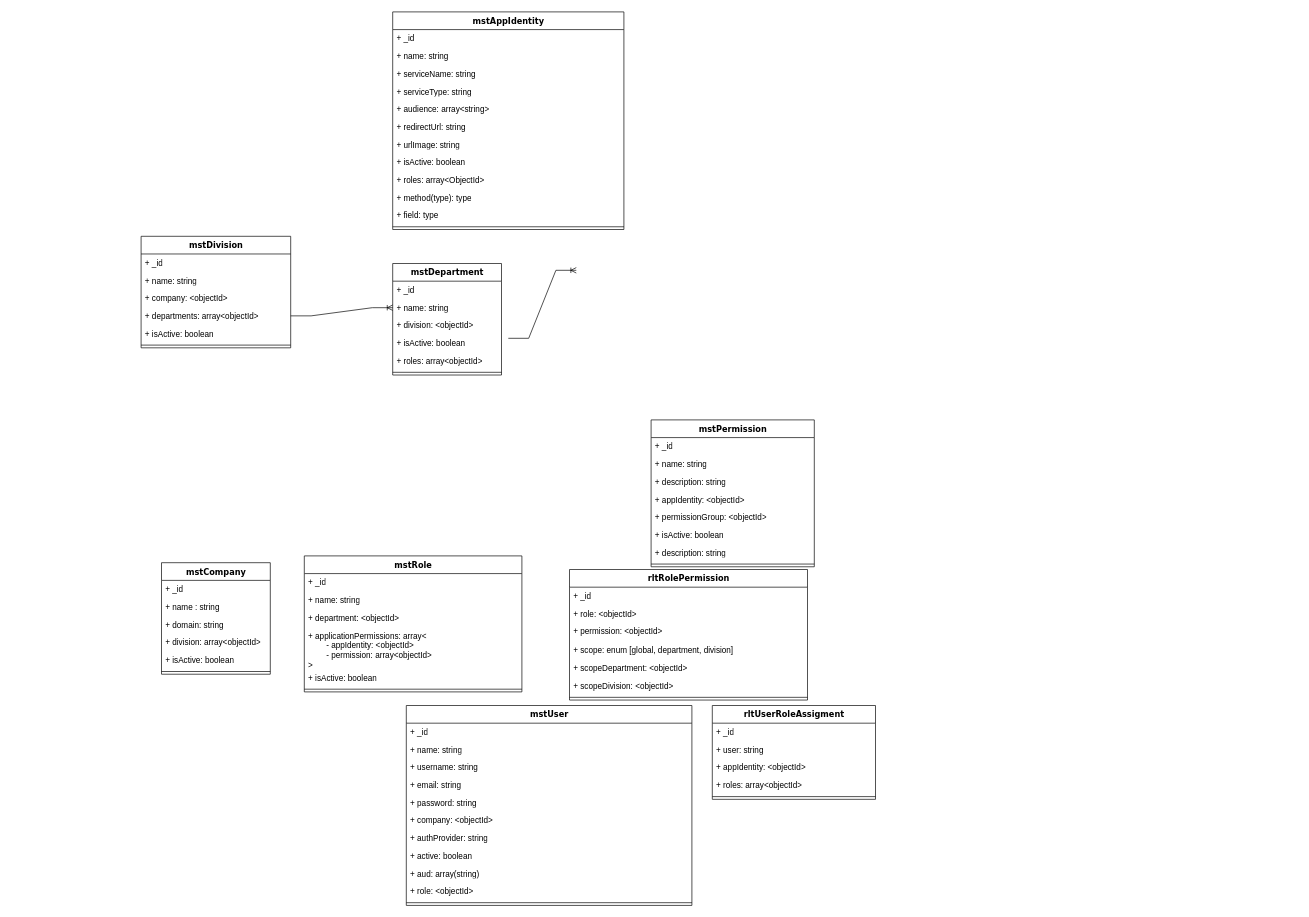
CodebarPhantom/aws-diagram keeps this draw.io diagram as star-sso-api.drawio. Above is the earlier version. Source tidied: cells renumbered, new cells numbered last; positions are measured from the earlier drawing's top-left corner, leaving out a move shared by most shapes. Both pictures are drawn from the tidied source at 68%, with x=0, y=0 at pixel (141, 12).
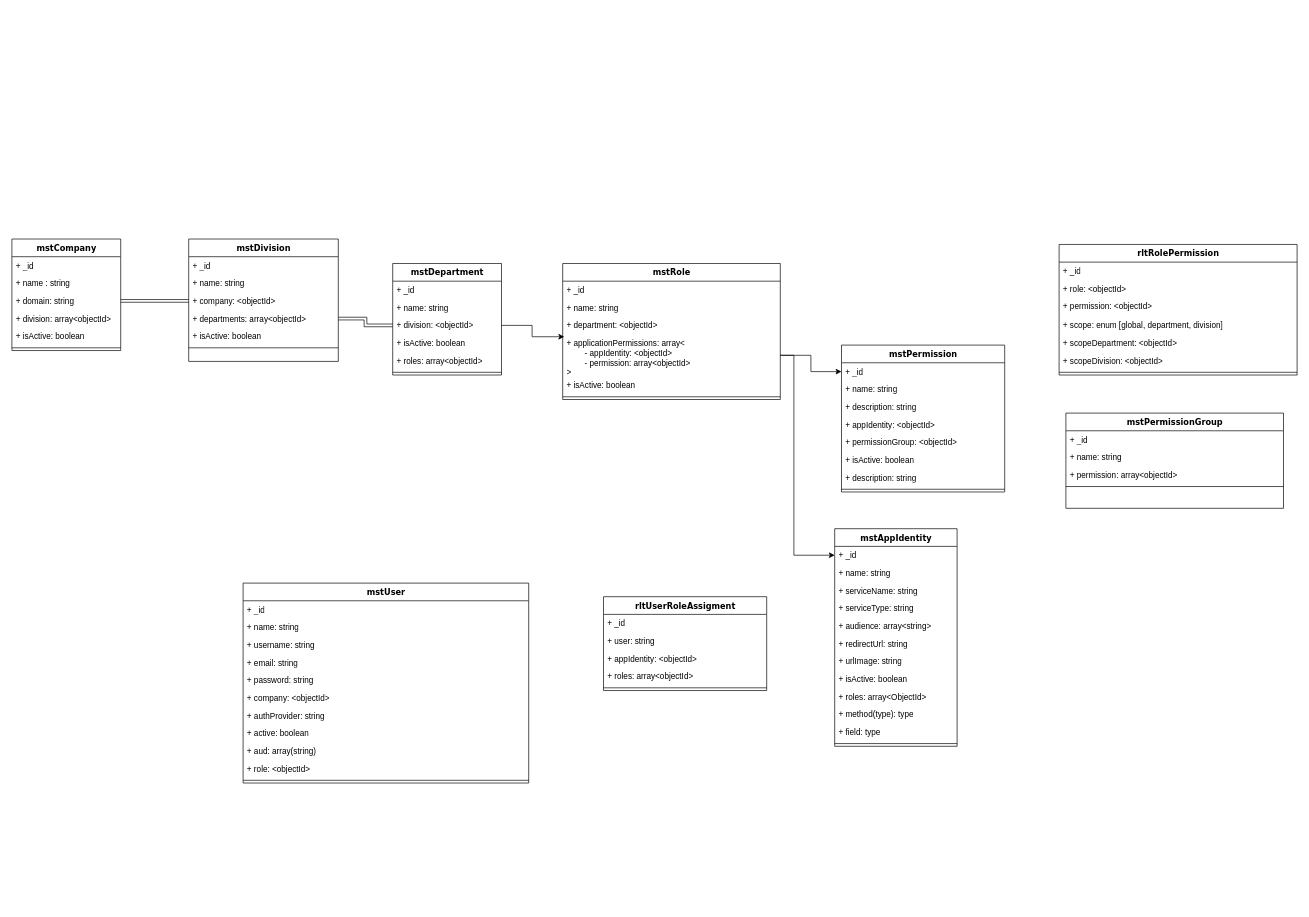
The same page after the edit.

Unchanged cells that the change refers to:
```xml
<mxCell id="5" value="+ domain: string" style="text;html=1;strokeColor=none;fillColor=none;align=left;verticalAlign=top;spacingLeft=4;spacingRight=4;whiteSpace=wrap;overflow=hidden;points=[[0,0.5],[1,0.5]];portConstraint=eastwest;" parent="2" vertex="1">
  <mxGeometry y="78" width="160" height="26" as="geometry" />
</mxCell>
<mxCell id="11" value="+ name: string" style="text;html=1;strokeColor=none;fillColor=none;align=left;verticalAlign=top;spacingLeft=4;spacingRight=4;whiteSpace=wrap;overflow=hidden;points=[[0,0.5],[1,0.5]];portConstraint=eastwest;" parent="9" vertex="1">
  <mxGeometry y="52" width="160" height="26" as="geometry" />
</mxCell>
<mxCell id="12" value="+ division: &amp;lt;objectId&amp;gt;" style="text;html=1;strokeColor=none;fillColor=none;align=left;verticalAlign=top;spacingLeft=4;spacingRight=4;whiteSpace=wrap;overflow=hidden;points=[[0,0.5],[1,0.5]];portConstraint=eastwest;" parent="9" vertex="1">
  <mxGeometry y="78" width="160" height="26" as="geometry" />
</mxCell>
<mxCell id="26" value="+ company: &amp;lt;objectId&amp;gt;" style="text;html=1;strokeColor=none;fillColor=none;align=left;verticalAlign=top;spacingLeft=4;spacingRight=4;whiteSpace=wrap;overflow=hidden;points=[[0,0.5],[1,0.5]];portConstraint=eastwest;" parent="23" vertex="1">
  <mxGeometry y="78" width="220" height="26" as="geometry" />
</mxCell>
<mxCell id="27" value="+ departments: array&amp;lt;objectId&amp;gt;" style="text;html=1;strokeColor=none;fillColor=none;align=left;verticalAlign=top;spacingLeft=4;spacingRight=4;whiteSpace=wrap;overflow=hidden;points=[[0,0.5],[1,0.5]];portConstraint=eastwest;" parent="23" vertex="1">
  <mxGeometry y="104" width="220" height="26" as="geometry" />
</mxCell>
<mxCell id="70" value="+ _id" style="text;html=1;strokeColor=none;fillColor=none;align=left;verticalAlign=top;spacingLeft=4;spacingRight=4;whiteSpace=wrap;overflow=hidden;points=[[0,0.5],[1,0.5]];portConstraint=eastwest;" parent="69" vertex="1">
  <mxGeometry y="26" width="240" height="26" as="geometry" />
</mxCell>
```

The edit, as a diff of the source:
```diff
@@
     <mxCell id="2" value="mstCompany" style="swimlane;html=1;fontStyle=1;align=center;verticalAlign=top;horizontal=1;startSize=26;swimlaneFillColor=#ffffff;rounded=0;shadow=0;comic=0;labelBackgroundColor=none;strokeWidth=1;fillColor=none;fontFamily=Verdana;fontSize=12;" parent="1" vertex="1">
-      <mxGeometry x="30" y="810" width="160" height="164" as="geometry" />
+      <mxGeometry x="-190" y="334" width="160" height="164" as="geometry" />
     </mxCell>
@@
-    <mxCell id="16" value="mstRole" style="swimlane;html=1;fontStyle=1;align=center;verticalAlign=top;horizontal=1;startSize=26;swimlaneFillColor=#ffffff;rounded=0;shadow=0;comic=0;labelBackgroundColor=none;strokeWidth=1;fillColor=none;fontFamily=Verdana;fontSize=12;" parent="1" vertex="1">
-      <mxGeometry x="240" y="800" width="320" height="200" as="geometry" />
+    <mxCell id="16" value="mstPermissionGroup" style="swimlane;html=1;fontStyle=1;align=center;verticalAlign=top;horizontal=1;startSize=26;swimlaneFillColor=#ffffff;rounded=0;shadow=0;comic=0;labelBackgroundColor=none;strokeWidth=1;fillColor=none;fontFamily=Verdana;fontSize=12;" parent="1" vertex="1">
+      <mxGeometry x="1360" y="590" width="320" height="140" as="geometry" />
     </mxCell>
@@
-    <mxCell id="19" value="+ department: &amp;lt;objectId&amp;gt;" style="text;html=1;strokeColor=none;fillColor=none;align=left;verticalAlign=top;spacingLeft=4;spacingRight=4;whiteSpace=wrap;overflow=hidden;" parent="16" vertex="1">
+    <mxCell id="19" value="+ permission: array&amp;lt;objectId&amp;gt;" style="text;html=1;strokeColor=none;fillColor=none;align=left;verticalAlign=top;spacingLeft=4;spacingRight=4;whiteSpace=wrap;overflow=hidden;" parent="16" vertex="1">
       <mxGeometry y="78" width="320" height="26" as="geometry" />
     </mxCell>
-    <mxCell id="20" value="+ applicationPermissions: array&amp;lt;&lt;div&gt;&lt;span style=&quot;background-color: transparent; color: light-dark(rgb(0, 0, 0), rgb(255, 255, 255));&quot;&gt;&lt;span style=&quot;white-space: pre;&quot;&gt;&#9;&lt;/span&gt;- appIdentity: &amp;lt;objectId&amp;gt;&lt;/span&gt;&lt;/div&gt;&lt;div&gt;&lt;span style=&quot;background-color: transparent; color: light-dark(rgb(0, 0, 0), rgb(255, 255, 255));&quot;&gt;&lt;span style=&quot;white-space: pre;&quot;&gt;&#9;&lt;/span&gt;- permission: array&amp;lt;objectId&amp;gt;&lt;/span&gt;&lt;/div&gt;&lt;div&gt;&lt;span style=&quot;background-color: transparent; color: light-dark(rgb(0, 0, 0), rgb(255, 255, 255));&quot;&gt;&amp;gt;&amp;nbsp;&lt;/span&gt;&lt;/div&gt;" style="text;html=1;strokeColor=none;fillColor=none;align=left;verticalAlign=top;spacingLeft=4;spacingRight=4;whiteSpace=wrap;overflow=hidden;points=[[0,0.5],[1,0.5]];portConstraint=eastwest;" parent="16" vertex="1">
-      <mxGeometry y="104" width="320" height="62" as="geometry" />
-    </mxCell>
-    <mxCell id="21" value="+ isActive: boolean" style="text;html=1;strokeColor=none;fillColor=none;align=left;verticalAlign=top;spacingLeft=4;spacingRight=4;whiteSpace=wrap;overflow=hidden;" parent="16" vertex="1">
-      <mxGeometry y="166" width="320" height="26" as="geometry" />
-    </mxCell>
     <mxCell id="22" style="line;html=1;strokeWidth=1;fillColor=none;align=left;verticalAlign=middle;spacingTop=-1;spacingLeft=3;spacingRight=3;labelPosition=right;" parent="16" vertex="1">
-      <mxGeometry y="192" width="320" height="8" as="geometry" />
+      <mxGeometry y="104" width="320" height="8" as="geometry" />
     </mxCell>
     <mxCell id="23" value="mstDivision" style="swimlane;html=1;fontStyle=1;align=center;verticalAlign=top;horizontal=1;startSize=26;swimlaneFillColor=#ffffff;rounded=0;shadow=0;comic=0;labelBackgroundColor=none;strokeWidth=1;fillColor=none;fontFamily=Verdana;fontSize=12;" parent="1" vertex="1">
-      <mxGeometry y="330" width="220" height="164" as="geometry" />
+      <mxGeometry x="70" y="334" width="220" height="180" as="geometry" />
     </mxCell>
@@
     <mxCell id="30" value="&lt;div&gt;rltUserRoleAssigment&lt;/div&gt;" style="swimlane;html=1;fontStyle=1;align=center;verticalAlign=top;horizontal=1;startSize=26;swimlaneFillColor=#ffffff;rounded=0;shadow=0;comic=0;labelBackgroundColor=none;strokeWidth=1;fillColor=none;fontFamily=Verdana;fontSize=12;" parent="1" vertex="1">
-      <mxGeometry x="840" y="1020" width="240" height="138" as="geometry" />
+      <mxGeometry x="680" y="860" width="240" height="138" as="geometry" />
     </mxCell>
@@
     <mxCell id="36" value="mstAppIdentity" style="swimlane;html=1;fontStyle=1;align=center;verticalAlign=top;horizontal=1;startSize=26;swimlaneFillColor=#ffffff;rounded=0;shadow=0;comic=0;labelBackgroundColor=none;strokeWidth=1;fillColor=none;fontFamily=Verdana;fontSize=12;" parent="1" vertex="1">
-      <mxGeometry x="370" width="340" height="320" as="geometry" />
+      <mxGeometry x="1020" y="760" width="180" height="320" as="geometry" />
     </mxCell>
     <mxCell id="37" value="+ _id" style="text;html=1;strokeColor=none;fillColor=none;align=left;verticalAlign=top;spacingLeft=4;spacingRight=4;whiteSpace=wrap;overflow=hidden;points=[[0,0.5],[1,0.5]];portConstraint=eastwest;" parent="36" vertex="1">
-      <mxGeometry y="26" width="340" height="26" as="geometry" />
+      <mxGeometry y="26" width="180" height="26" as="geometry" />
     </mxCell>
     <mxCell id="38" value="+ name: string" style="text;html=1;strokeColor=none;fillColor=none;align=left;verticalAlign=top;spacingLeft=4;spacingRight=4;whiteSpace=wrap;overflow=hidden;" parent="36" vertex="1">
-      <mxGeometry y="52" width="340" height="26" as="geometry" />
+      <mxGeometry y="52" width="180" height="26" as="geometry" />
     </mxCell>
     <mxCell id="39" value="+ serviceName: string" style="text;html=1;strokeColor=none;fillColor=none;align=left;verticalAlign=top;spacingLeft=4;spacingRight=4;whiteSpace=wrap;overflow=hidden;" parent="36" vertex="1">
-      <mxGeometry y="78" width="340" height="26" as="geometry" />
+      <mxGeometry y="78" width="180" height="26" as="geometry" />
     </mxCell>
     <mxCell id="40" value="+ serviceType: string" style="text;html=1;strokeColor=none;fillColor=none;align=left;verticalAlign=top;spacingLeft=4;spacingRight=4;whiteSpace=wrap;overflow=hidden;" parent="36" vertex="1">
-      <mxGeometry y="104" width="340" height="26" as="geometry" />
+      <mxGeometry y="104" width="180" height="26" as="geometry" />
     </mxCell>
     <mxCell id="41" value="+ audience: array&amp;lt;string&amp;gt;" style="text;html=1;strokeColor=none;fillColor=none;align=left;verticalAlign=top;spacingLeft=4;spacingRight=4;whiteSpace=wrap;overflow=hidden;" parent="36" vertex="1">
-      <mxGeometry y="130" width="340" height="26" as="geometry" />
+      <mxGeometry y="130" width="180" height="26" as="geometry" />
     </mxCell>
     <mxCell id="42" value="+ redirectUrl: string" style="text;html=1;strokeColor=none;fillColor=none;align=left;verticalAlign=top;spacingLeft=4;spacingRight=4;whiteSpace=wrap;overflow=hidden;" parent="36" vertex="1">
-      <mxGeometry y="156" width="340" height="26" as="geometry" />
+      <mxGeometry y="156" width="180" height="26" as="geometry" />
     </mxCell>
     <mxCell id="43" value="+ urlImage: string" style="text;html=1;strokeColor=none;fillColor=none;align=left;verticalAlign=top;spacingLeft=4;spacingRight=4;whiteSpace=wrap;overflow=hidden;" parent="36" vertex="1">
-      <mxGeometry y="182" width="340" height="26" as="geometry" />
+      <mxGeometry y="182" width="180" height="26" as="geometry" />
     </mxCell>
     <mxCell id="44" value="+ isActive: boolean" style="text;html=1;strokeColor=none;fillColor=none;align=left;verticalAlign=top;spacingLeft=4;spacingRight=4;whiteSpace=wrap;overflow=hidden;" parent="36" vertex="1">
-      <mxGeometry y="208" width="340" height="26" as="geometry" />
+      <mxGeometry y="208" width="180" height="26" as="geometry" />
     </mxCell>
     <mxCell id="45" value="+ roles: array&amp;lt;ObjectId&amp;gt;" style="text;html=1;strokeColor=none;fillColor=none;align=left;verticalAlign=top;spacingLeft=4;spacingRight=4;whiteSpace=wrap;overflow=hidden;" parent="36" vertex="1">
-      <mxGeometry y="234" width="340" height="26" as="geometry" />
+      <mxGeometry y="234" width="180" height="26" as="geometry" />
     </mxCell>
     <mxCell id="46" value="+ method(type): type" style="text;html=1;strokeColor=none;fillColor=none;align=left;verticalAlign=top;spacingLeft=4;spacingRight=4;whiteSpace=wrap;overflow=hidden;" parent="36" vertex="1">
-      <mxGeometry y="260" width="340" height="26" as="geometry" />
+      <mxGeometry y="260" width="180" height="26" as="geometry" />
     </mxCell>
     <mxCell id="47" value="+ field: type" style="text;html=1;strokeColor=none;fillColor=none;align=left;verticalAlign=top;spacingLeft=4;spacingRight=4;whiteSpace=wrap;overflow=hidden;" parent="36" vertex="1">
-      <mxGeometry y="286" width="340" height="26" as="geometry" />
+      <mxGeometry y="286" width="180" height="26" as="geometry" />
     </mxCell>
     <mxCell id="48" style="line;html=1;strokeWidth=1;fillColor=none;align=left;verticalAlign=middle;spacingTop=-1;spacingLeft=3;spacingRight=3;labelPosition=right;" parent="36" vertex="1">
-      <mxGeometry y="312" width="340" height="8" as="geometry" />
+      <mxGeometry y="312" width="180" height="8" as="geometry" />
     </mxCell>
     <mxCell id="49" value="mstUser" style="swimlane;html=1;fontStyle=1;align=center;verticalAlign=top;horizontal=1;startSize=26;swimlaneFillColor=#ffffff;rounded=0;shadow=0;comic=0;labelBackgroundColor=none;strokeWidth=1;fillColor=none;fontFamily=Verdana;fontSize=12;" parent="1" vertex="1">
-      <mxGeometry x="390" y="1020" width="420" height="294" as="geometry" />
+      <mxGeometry x="150" y="840" width="420" height="294" as="geometry" />
     </mxCell>
@@
     <mxCell id="61" value="rltRolePermission" style="swimlane;html=1;fontStyle=1;align=center;verticalAlign=top;horizontal=1;startSize=26;swimlaneFillColor=#ffffff;rounded=0;shadow=0;comic=0;labelBackgroundColor=none;strokeWidth=1;fillColor=none;fontFamily=Verdana;fontSize=12;" parent="1" vertex="1">
-      <mxGeometry x="630" y="820" width="350" height="192" as="geometry" />
+      <mxGeometry x="1350" y="342" width="350" height="192" as="geometry" />
     </mxCell>
@@
     <mxCell id="69" value="mstPermission" style="swimlane;html=1;fontStyle=1;align=center;verticalAlign=top;horizontal=1;startSize=26;swimlaneFillColor=#ffffff;rounded=0;shadow=0;comic=0;labelBackgroundColor=none;strokeWidth=1;fillColor=none;fontFamily=Verdana;fontSize=12;" parent="1" vertex="1">
-      <mxGeometry x="750" y="600" width="240" height="216" as="geometry" />
+      <mxGeometry x="1030" y="490" width="240" height="216" as="geometry" />
     </mxCell>
@@
-    <mxCell id="78" style="edgeStyle=entityRelationEdgeStyle;fontSize=12;html=1;endArrow=ERoneToMany;rounded=0;" parent="1" edge="1">
-      <mxGeometry relative="1" as="geometry">
-        <mxPoint x="540" y="480" as="sourcePoint" />
-        <mxPoint x="640" y="380" as="targetPoint" />
-      </mxGeometry>
-    </mxCell>
-    <mxCell id="79" style="edgeStyle=entityRelationEdgeStyle;fontSize=12;html=1;endArrow=ERoneToMany;rounded=0;exitX=1;exitY=0.5;exitDx=0;exitDy=0;entryX=0;entryY=0.5;entryDx=0;entryDy=0;" parent="1" edge="1" source="27" target="11">
-      <mxGeometry relative="1" as="geometry" />
-    </mxCell>
+    <mxCell id="80" value="mstRole" style="swimlane;html=1;fontStyle=1;align=center;verticalAlign=top;horizontal=1;startSize=26;swimlaneFillColor=#ffffff;rounded=0;shadow=0;comic=0;labelBackgroundColor=none;strokeWidth=1;fillColor=none;fontFamily=Verdana;fontSize=12;" parent="1" vertex="1">
+      <mxGeometry x="620" y="370" width="320" height="200" as="geometry" />
+    </mxCell>
+    <mxCell id="81" value="+ _id" style="text;html=1;strokeColor=none;fillColor=none;align=left;verticalAlign=top;spacingLeft=4;spacingRight=4;whiteSpace=wrap;overflow=hidden;" parent="80" vertex="1">
+      <mxGeometry y="26" width="320" height="26" as="geometry" />
+    </mxCell>
+    <mxCell id="82" value="+ name: string" style="text;html=1;strokeColor=none;fillColor=none;align=left;verticalAlign=top;spacingLeft=4;spacingRight=4;whiteSpace=wrap;overflow=hidden;" parent="80" vertex="1">
+      <mxGeometry y="52" width="320" height="26" as="geometry" />
+    </mxCell>
+    <mxCell id="83" value="+ department: &amp;lt;objectId&amp;gt;" style="text;html=1;strokeColor=none;fillColor=none;align=left;verticalAlign=top;spacingLeft=4;spacingRight=4;whiteSpace=wrap;overflow=hidden;" parent="80" vertex="1">
+      <mxGeometry y="78" width="320" height="26" as="geometry" />
+    </mxCell>
+    <mxCell id="20" value="+ applicationPermissions: array&amp;lt;&lt;div&gt;&lt;span style=&quot;background-color: transparent; color: light-dark(rgb(0, 0, 0), rgb(255, 255, 255));&quot;&gt;&lt;span style=&quot;white-space: pre;&quot;&gt;&#9;&lt;/span&gt;- appIdentity: &amp;lt;objectId&amp;gt;&lt;/span&gt;&lt;/div&gt;&lt;div&gt;&lt;span style=&quot;background-color: transparent; color: light-dark(rgb(0, 0, 0), rgb(255, 255, 255));&quot;&gt;&lt;span style=&quot;white-space: pre;&quot;&gt;&#9;&lt;/span&gt;- permission: array&amp;lt;objectId&amp;gt;&lt;/span&gt;&lt;/div&gt;&lt;div&gt;&lt;span style=&quot;background-color: transparent; color: light-dark(rgb(0, 0, 0), rgb(255, 255, 255));&quot;&gt;&amp;gt;&amp;nbsp;&lt;/span&gt;&lt;/div&gt;" style="text;html=1;strokeColor=none;fillColor=none;align=left;verticalAlign=top;spacingLeft=4;spacingRight=4;whiteSpace=wrap;overflow=hidden;points=[[0,0.5],[1,0.5]];portConstraint=eastwest;" parent="80" vertex="1">
+      <mxGeometry y="104" width="320" height="62" as="geometry" />
+    </mxCell>
+    <mxCell id="21" value="+ isActive: boolean" style="text;html=1;strokeColor=none;fillColor=none;align=left;verticalAlign=top;spacingLeft=4;spacingRight=4;whiteSpace=wrap;overflow=hidden;" parent="80" vertex="1">
+      <mxGeometry y="166" width="320" height="26" as="geometry" />
+    </mxCell>
+    <mxCell id="84" style="line;html=1;strokeWidth=1;fillColor=none;align=left;verticalAlign=middle;spacingTop=-1;spacingLeft=3;spacingRight=3;labelPosition=right;" parent="80" vertex="1">
+      <mxGeometry y="192" width="320" height="8" as="geometry" />
+    </mxCell>
+    <mxCell id="85" style="edgeStyle=orthogonalEdgeStyle;rounded=0;jettySize=auto;html=1;exitX=1;exitY=0.5;exitDx=0;exitDy=0;entryX=0;entryY=0.5;entryDx=0;entryDy=0;shape=link;" parent="1" edge="1" source="5" target="26">
+      <mxGeometry relative="1" as="geometry" />
+    </mxCell>
+    <mxCell id="86" style="edgeStyle=orthogonalEdgeStyle;rounded=0;jettySize=auto;html=1;shape=link;" parent="1" edge="1" source="27" target="12">
+      <mxGeometry relative="1" as="geometry" />
+    </mxCell>
+    <mxCell id="87" style="edgeStyle=orthogonalEdgeStyle;rounded=0;jettySize=auto;html=1;exitX=1;exitY=0.5;exitDx=0;exitDy=0;entryX=0.007;entryY=0.06;entryDx=0;entryDy=0;entryPerimeter=0;" parent="1" edge="1" source="12" target="20">
+      <mxGeometry relative="1" as="geometry" />
+    </mxCell>
+    <mxCell id="88" style="edgeStyle=orthogonalEdgeStyle;rounded=0;jettySize=auto;html=1;exitX=1;exitY=0.5;exitDx=0;exitDy=0;entryX=0;entryY=0.5;entryDx=0;entryDy=0;" parent="1" edge="1" source="20" target="70">
+      <mxGeometry relative="1" as="geometry" />
+    </mxCell>
+    <mxCell id="89" style="edgeStyle=orthogonalEdgeStyle;rounded=0;jettySize=auto;html=1;exitX=1;exitY=0.5;exitDx=0;exitDy=0;entryX=0;entryY=0.5;entryDx=0;entryDy=0;" parent="1" edge="1" source="20" target="37">
+      <mxGeometry relative="1" as="geometry">
+        <Array as="points">
+          <mxPoint x="960" y="505" />
+          <mxPoint x="960" y="799" />
+        </Array>
+      </mxGeometry>
+    </mxCell>
```
